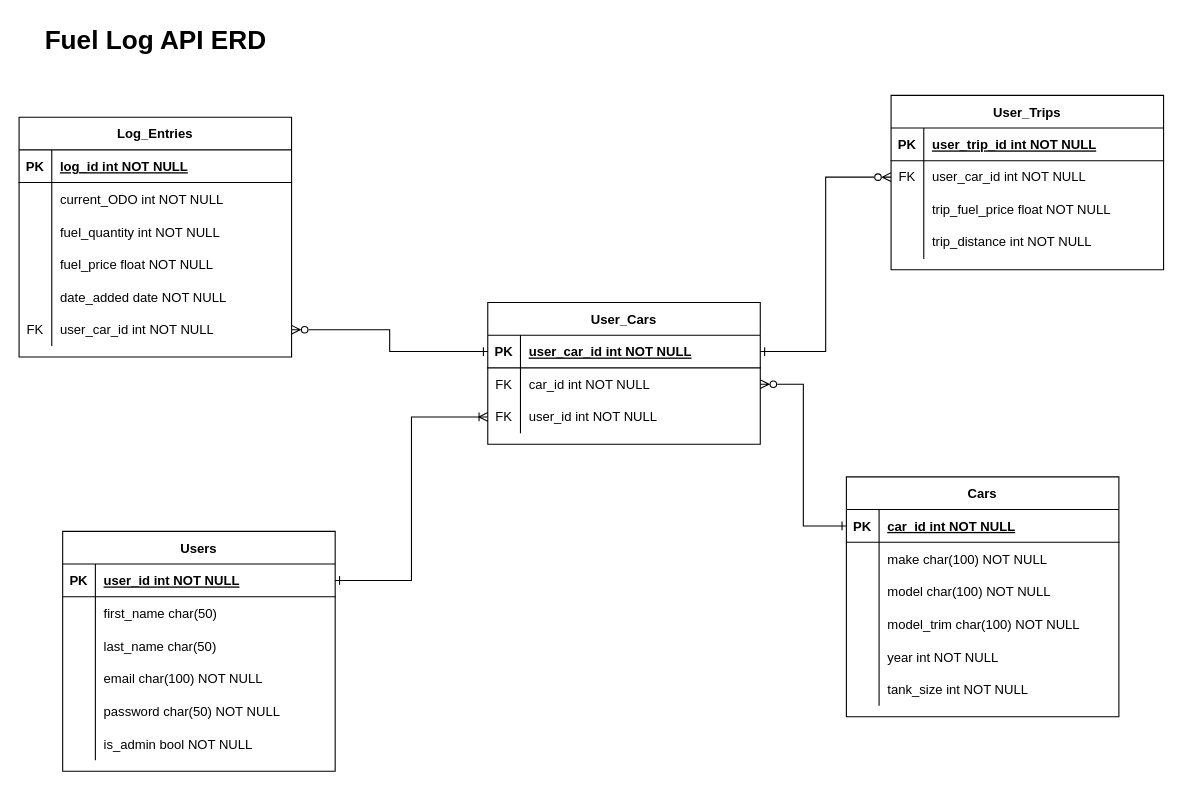
This is Fuel-log-API-ERD.drawio from jordansaker/ERDs, a draw.io file, before an edit. Source tidied: cells renumbered, new cells numbered last; positions are measured from the earlier drawing's top-left corner, leaving out a move shared by most shapes. Both pictures are drawn from the tidied source at 109%, with x=0, y=0 at pixel (19, 19).
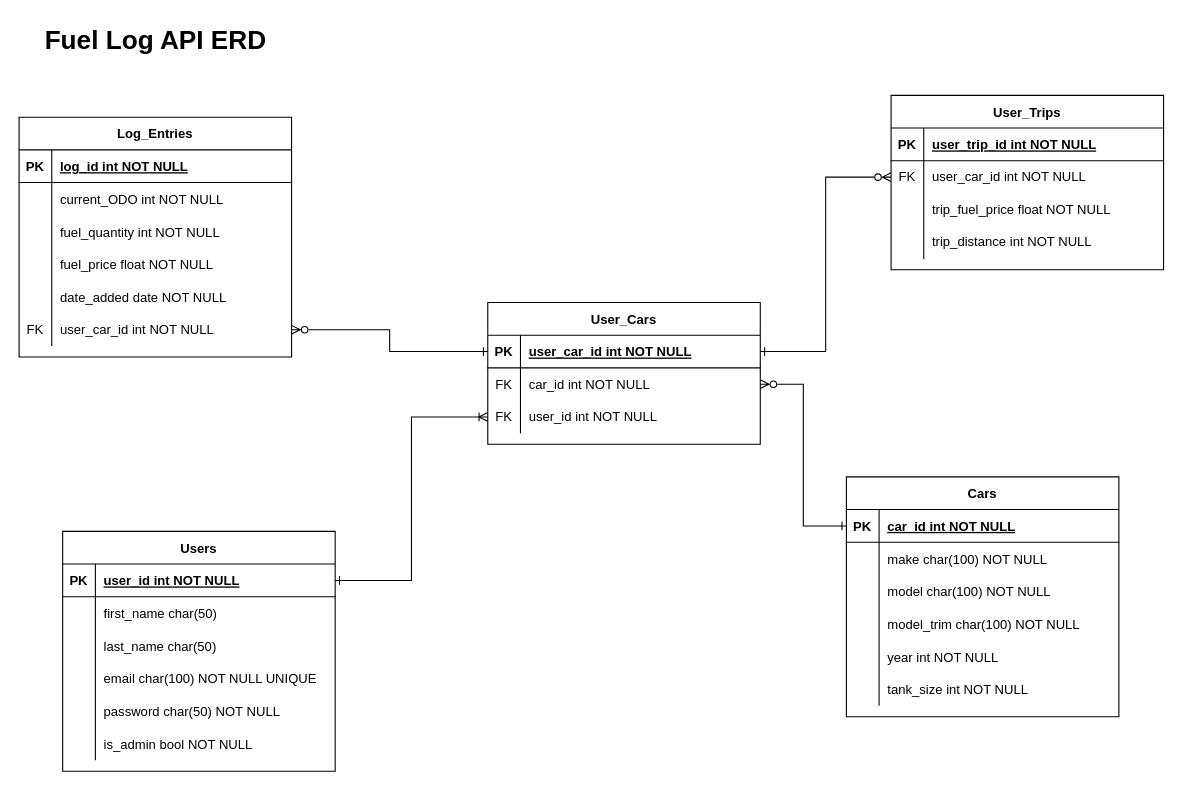
The same page after the edit.

Unchanged cells that the change refers to:
```xml
<mxCell id="41" style="shape=tableRow;horizontal=0;startSize=0;swimlaneHead=0;swimlaneBody=0;fillColor=none;top=0;left=0;right=0;bottom=0;" parent="31" vertex="1">
  <mxGeometry y="120" width="250" height="30" as="geometry" />
</mxCell>
```

Change to the diagram source:
```diff
@@
-    <mxCell id="43" value="email char(100) NOT NULL" style="shape=partialRectangle;fillColor=none;top=0;left=0;bottom=0;right=0;align=left;spacingLeft=6;overflow=hidden;" parent="41" vertex="1">
+    <mxCell id="43" value="email char(100) NOT NULL UNIQUE" style="shape=partialRectangle;fillColor=none;top=0;left=0;bottom=0;right=0;align=left;spacingLeft=6;overflow=hidden;" parent="41" vertex="1">
       <mxGeometry x="30" width="220" height="30" as="geometry" />
     </mxCell>
```
